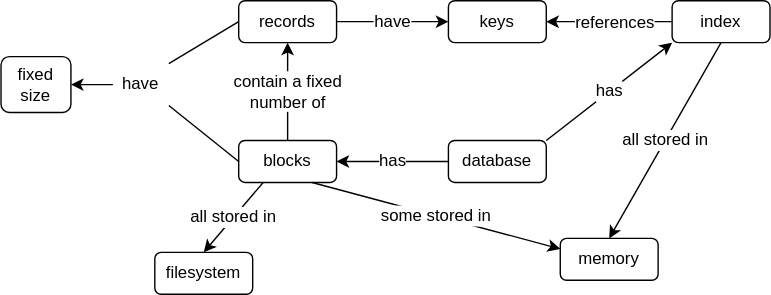
This is src/db/concept_map.svg from gvwilson/sdxpy, a draw.io export, as it was before one commit. Source tidied: cells renumbered, new cells last; positions are measured from the earlier drawing's top-left corner, leaving out a move shared by most shapes.
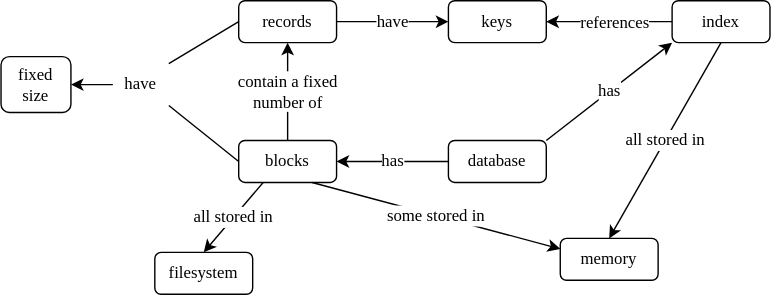
After the change.

What changed in the source:
```diff
@@ -2,69 +2,69 @@
   <root>
     <mxCell id="0" />
     <mxCell id="1" parent="0" />
-    <mxCell id="2" value="records" style="rounded=1;whiteSpace=wrap;html=1;fillColor=none;" parent="1" vertex="1">
+    <mxCell id="2" value="records" style="rounded=1;whiteSpace=wrap;html=1;fillColor=none;fontFamily=Verdana;" parent="1" vertex="1">
       <mxGeometry x="170" width="70" height="30" as="geometry" />
     </mxCell>
-    <mxCell id="3" value="keys" style="rounded=1;whiteSpace=wrap;html=1;fillColor=none;" parent="1" vertex="1">
+    <mxCell id="3" value="keys" style="rounded=1;whiteSpace=wrap;html=1;fillColor=none;fontFamily=Verdana;" parent="1" vertex="1">
       <mxGeometry x="320" width="70" height="30" as="geometry" />
     </mxCell>
-    <mxCell id="4" value="database" style="rounded=1;whiteSpace=wrap;html=1;fillColor=none;" parent="1" vertex="1">
+    <mxCell id="4" value="database" style="rounded=1;whiteSpace=wrap;html=1;fillColor=none;fontFamily=Verdana;" parent="1" vertex="1">
       <mxGeometry x="320" y="100" width="70" height="30" as="geometry" />
     </mxCell>
-    <mxCell id="5" value="memory" style="rounded=1;whiteSpace=wrap;html=1;fillColor=none;" parent="1" vertex="1">
+    <mxCell id="5" value="memory" style="rounded=1;whiteSpace=wrap;html=1;fillColor=none;fontFamily=Verdana;" parent="1" vertex="1">
       <mxGeometry x="400" y="170" width="70" height="30" as="geometry" />
     </mxCell>
-    <mxCell id="6" value="filesystem" style="rounded=1;whiteSpace=wrap;html=1;fillColor=none;" parent="1" vertex="1">
+    <mxCell id="6" value="filesystem" style="rounded=1;whiteSpace=wrap;html=1;fillColor=none;fontFamily=Verdana;" parent="1" vertex="1">
       <mxGeometry x="110" y="180" width="70" height="30" as="geometry" />
     </mxCell>
-    <mxCell id="7" value="index" style="rounded=1;whiteSpace=wrap;html=1;fillColor=none;" parent="1" vertex="1">
+    <mxCell id="7" value="index" style="rounded=1;whiteSpace=wrap;html=1;fillColor=none;fontFamily=Verdana;" parent="1" vertex="1">
       <mxGeometry x="480" width="70" height="30" as="geometry" />
     </mxCell>
-    <mxCell id="8" value="blocks" style="rounded=1;whiteSpace=wrap;html=1;fillColor=none;" parent="1" vertex="1">
+    <mxCell id="8" value="blocks" style="rounded=1;whiteSpace=wrap;html=1;fillColor=none;fontFamily=Verdana;" parent="1" vertex="1">
       <mxGeometry x="170" y="100" width="70" height="30" as="geometry" />
     </mxCell>
-    <mxCell id="9" value="fixed&lt;br&gt;size" style="rounded=1;whiteSpace=wrap;html=1;fillColor=none;" parent="1" vertex="1">
+    <mxCell id="9" value="fixed&lt;br&gt;size" style="rounded=1;whiteSpace=wrap;html=1;fillColor=none;fontFamily=Verdana;" parent="1" vertex="1">
       <mxGeometry y="40" width="50" height="40" as="geometry" />
     </mxCell>
-    <mxCell id="10" value="have" style="text;html=1;strokeColor=none;fillColor=none;align=center;verticalAlign=middle;whiteSpace=wrap;rounded=0;" parent="1" vertex="1">
+    <mxCell id="10" value="have" style="text;html=1;strokeColor=none;fillColor=none;align=center;verticalAlign=middle;whiteSpace=wrap;rounded=0;fontFamily=Verdana;" parent="1" vertex="1">
       <mxGeometry x="80" y="45" width="40" height="30" as="geometry" />
     </mxCell>
-    <mxCell id="11" style="endArrow=classic;html=1;rounded=0;entryX=1;entryY=0.5;entryDx=0;entryDy=0;exitX=0;exitY=0.5;exitDx=0;exitDy=0;" parent="1" edge="1" source="10" target="9">
+    <mxCell id="11" style="endArrow=classic;html=1;rounded=0;entryX=1;entryY=0.5;entryDx=0;entryDy=0;exitX=0;exitY=0.5;exitDx=0;exitDy=0;fontFamily=Verdana;" parent="1" edge="1" source="10" target="9">
       <mxGeometry relative="1" as="geometry" />
     </mxCell>
-    <mxCell id="12" style="endArrow=none;html=1;rounded=0;entryX=0;entryY=0.5;entryDx=0;entryDy=0;exitX=1;exitY=0;exitDx=0;exitDy=0;" parent="1" edge="1" source="10" target="2">
+    <mxCell id="12" style="endArrow=none;html=1;rounded=0;entryX=0;entryY=0.5;entryDx=0;entryDy=0;exitX=1;exitY=0;exitDx=0;exitDy=0;fontFamily=Verdana;" parent="1" edge="1" source="10" target="2">
       <mxGeometry relative="1" as="geometry" />
     </mxCell>
-    <mxCell id="13" style="endArrow=none;html=1;rounded=0;exitX=1;exitY=1;exitDx=0;exitDy=0;entryX=0;entryY=0.5;entryDx=0;entryDy=0;" parent="1" edge="1" source="10" target="8">
+    <mxCell id="13" style="endArrow=none;html=1;rounded=0;exitX=1;exitY=1;exitDx=0;exitDy=0;entryX=0;entryY=0.5;entryDx=0;entryDy=0;fontFamily=Verdana;" parent="1" edge="1" source="10" target="8">
       <mxGeometry relative="1" as="geometry" />
     </mxCell>
-    <mxCell id="14" value="&lt;font style=&quot;font-size: 12px;&quot;&gt;contain a fixed&lt;br&gt;number of&lt;/font&gt;" style="endArrow=classic;html=1;rounded=0;entryX=0.5;entryY=1;entryDx=0;entryDy=0;exitX=0.5;exitY=0;exitDx=0;exitDy=0;" parent="1" edge="1" source="8" target="2">
+    <mxCell id="14" value="&lt;font style=&quot;font-size: 12px;&quot;&gt;contain a fixed&lt;br&gt;number of&lt;/font&gt;" style="endArrow=classic;html=1;rounded=0;entryX=0.5;entryY=1;entryDx=0;entryDy=0;exitX=0.5;exitY=0;exitDx=0;exitDy=0;fontFamily=Verdana;" parent="1" edge="1" source="8" target="2">
       <mxGeometry relative="1" as="geometry" />
     </mxCell>
-    <mxCell id="15" value="&lt;font style=&quot;font-size: 12px;&quot;&gt;have&lt;/font&gt;" style="endArrow=classic;html=1;rounded=0;exitX=1;exitY=0.5;exitDx=0;exitDy=0;entryX=0;entryY=0.5;entryDx=0;entryDy=0;" parent="1" edge="1" source="2" target="3">
+    <mxCell id="15" value="&lt;font style=&quot;font-size: 12px;&quot;&gt;have&lt;/font&gt;" style="endArrow=classic;html=1;rounded=0;exitX=1;exitY=0.5;exitDx=0;exitDy=0;entryX=0;entryY=0.5;entryDx=0;entryDy=0;fontFamily=Verdana;" parent="1" edge="1" source="2" target="3">
       <mxGeometry relative="1" as="geometry" />
     </mxCell>
-    <mxCell id="16" style="endArrow=classic;html=1;rounded=0;entryX=1;entryY=0.5;entryDx=0;entryDy=0;exitX=0;exitY=0.5;exitDx=0;exitDy=0;" parent="1" edge="1" source="7" target="3">
+    <mxCell id="16" style="endArrow=classic;html=1;rounded=0;entryX=1;entryY=0.5;entryDx=0;entryDy=0;exitX=0;exitY=0.5;exitDx=0;exitDy=0;fontFamily=Verdana;" parent="1" edge="1" source="7" target="3">
       <mxGeometry relative="1" as="geometry" />
     </mxCell>
-    <mxCell id="17" value="&lt;font style=&quot;font-size: 12px;&quot;&gt;references&lt;/font&gt;" style="edgeLabel;html=1;align=center;verticalAlign=middle;" parent="16" vertex="1">
+    <mxCell id="17" value="&lt;font style=&quot;font-size: 12px;&quot;&gt;references&lt;/font&gt;" style="edgeLabel;html=1;align=center;verticalAlign=middle;fontFamily=Verdana;" parent="16" vertex="1">
       <mxGeometry x="-0.24" y="-1" relative="1" as="geometry">
         <mxPoint x="-8" y="1" as="offset" />
       </mxGeometry>
     </mxCell>
-    <mxCell id="18" value="&lt;font style=&quot;font-size: 12px;&quot;&gt;has&lt;/font&gt;" style="endArrow=classic;html=1;rounded=0;entryX=0;entryY=1;entryDx=0;entryDy=0;exitX=1;exitY=0;exitDx=0;exitDy=0;" parent="1" edge="1" source="4" target="7">
+    <mxCell id="18" value="&lt;font style=&quot;font-size: 12px;&quot;&gt;has&lt;/font&gt;" style="endArrow=classic;html=1;rounded=0;entryX=0;entryY=1;entryDx=0;entryDy=0;exitX=1;exitY=0;exitDx=0;exitDy=0;fontFamily=Verdana;" parent="1" edge="1" source="4" target="7">
       <mxGeometry relative="1" as="geometry" />
     </mxCell>
-    <mxCell id="19" value="&lt;font style=&quot;font-size: 12px;&quot;&gt;has&lt;/font&gt;" style="endArrow=classic;html=1;rounded=0;entryX=1;entryY=0.5;entryDx=0;entryDy=0;exitX=0;exitY=0.5;exitDx=0;exitDy=0;" parent="1" edge="1" source="4" target="8">
+    <mxCell id="19" value="&lt;font style=&quot;font-size: 12px;&quot;&gt;has&lt;/font&gt;" style="endArrow=classic;html=1;rounded=0;entryX=1;entryY=0.5;entryDx=0;entryDy=0;exitX=0;exitY=0.5;exitDx=0;exitDy=0;fontFamily=Verdana;" parent="1" edge="1" source="4" target="8">
       <mxGeometry relative="1" as="geometry" />
     </mxCell>
-    <mxCell id="20" value="&lt;font style=&quot;font-size: 12px;&quot;&gt;all stored in&lt;/font&gt;" style="endArrow=classic;html=1;rounded=0;entryX=0.5;entryY=0;entryDx=0;entryDy=0;exitX=0.5;exitY=1;exitDx=0;exitDy=0;" parent="1" edge="1" source="7" target="5">
+    <mxCell id="20" value="&lt;font style=&quot;font-size: 12px;&quot;&gt;all stored in&lt;/font&gt;" style="endArrow=classic;html=1;rounded=0;entryX=0.5;entryY=0;entryDx=0;entryDy=0;exitX=0.5;exitY=1;exitDx=0;exitDy=0;fontFamily=Verdana;" parent="1" edge="1" source="7" target="5">
       <mxGeometry relative="1" as="geometry" />
     </mxCell>
-    <mxCell id="21" value="&lt;font style=&quot;font-size: 12px;&quot;&gt;some stored in&lt;/font&gt;" style="endArrow=classic;html=1;rounded=0;entryX=0;entryY=0.25;entryDx=0;entryDy=0;exitX=0.75;exitY=1;exitDx=0;exitDy=0;" parent="1" edge="1" source="8" target="5">
+    <mxCell id="21" value="&lt;font style=&quot;font-size: 12px;&quot;&gt;some stored in&lt;/font&gt;" style="endArrow=classic;html=1;rounded=0;entryX=0;entryY=0.25;entryDx=0;entryDy=0;exitX=0.75;exitY=1;exitDx=0;exitDy=0;fontFamily=Verdana;" parent="1" edge="1" source="8" target="5">
       <mxGeometry relative="1" as="geometry" />
     </mxCell>
-    <mxCell id="22" value="&lt;font style=&quot;font-size: 12px;&quot;&gt;all stored in&lt;/font&gt;" style="endArrow=classic;html=1;rounded=0;exitX=0.25;exitY=1;exitDx=0;exitDy=0;entryX=0.5;entryY=0;entryDx=0;entryDy=0;" parent="1" edge="1" source="8" target="6">
+    <mxCell id="22" value="&lt;font style=&quot;font-size: 12px;&quot;&gt;all stored in&lt;/font&gt;" style="endArrow=classic;html=1;rounded=0;exitX=0.25;exitY=1;exitDx=0;exitDy=0;entryX=0.5;entryY=0;entryDx=0;entryDy=0;fontFamily=Verdana;" parent="1" edge="1" source="8" target="6">
       <mxGeometry relative="1" as="geometry" />
     </mxCell>
   </root>
```
